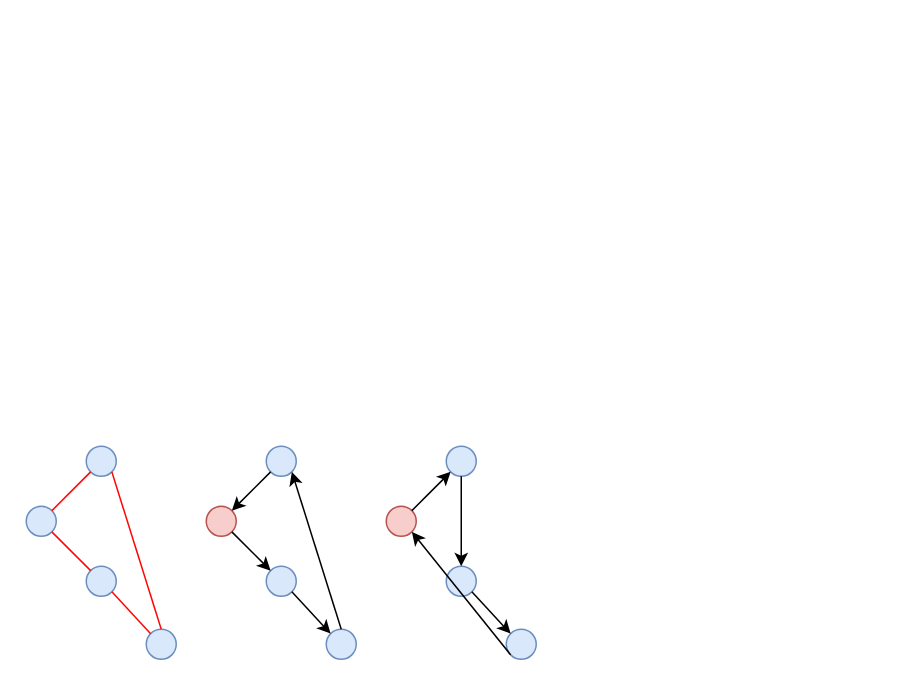
The draw.io diagram 1-4.drawio in YinhuaChen-cloud/Advanced_Algorithm_hw, before the edit. Source tidied: cells renumbered, new cells numbered last; positions are measured from the earlier drawing's top-left corner, leaving out a move shared by most shapes. Both pictures are drawn from the tidied source at 150%, with x=0, y=0 at pixel (26, 446).
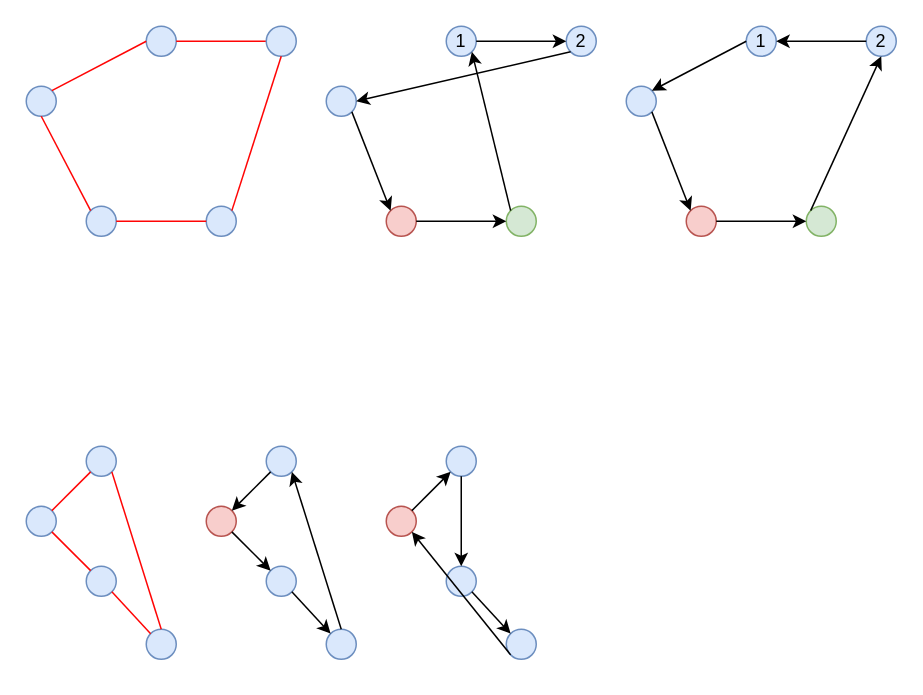
After the change.

Diff of the diagram source:
```diff
@@
+    <mxCell id="26" style="ellipse;whiteSpace=wrap;html=1;fillColor=#dae8fc;strokeColor=#6c8ebf;" parent="1" vertex="1">
+      <mxGeometry x="120" y="-160" width="20" height="20" as="geometry" />
+    </mxCell>
+    <mxCell id="27" style="ellipse;whiteSpace=wrap;html=1;fillColor=#dae8fc;strokeColor=#6c8ebf;" parent="1" vertex="1">
+      <mxGeometry x="40" y="-160" width="20" height="20" as="geometry" />
+    </mxCell>
+    <mxCell id="28" style="ellipse;whiteSpace=wrap;html=1;fillColor=#dae8fc;strokeColor=#6c8ebf;" parent="1" vertex="1">
+      <mxGeometry x="80" y="-280" width="20" height="20" as="geometry" />
+    </mxCell>
+    <mxCell id="29" style="ellipse;whiteSpace=wrap;html=1;fillColor=#dae8fc;strokeColor=#6c8ebf;" parent="1" vertex="1">
+      <mxGeometry y="-240" width="20" height="20" as="geometry" />
+    </mxCell>
+    <mxCell id="30" style="endArrow=none;html=1;rounded=0;entryX=0;entryY=0.5;entryDx=0;entryDy=0;exitX=1;exitY=0;exitDx=0;exitDy=0;strokeColor=#FF0505;" parent="1" edge="1" source="29" target="28">
+      <mxGeometry relative="1" as="geometry" />
+    </mxCell>
+    <mxCell id="31" style="endArrow=none;html=1;rounded=0;entryX=0;entryY=0;entryDx=0;entryDy=0;exitX=0.5;exitY=1;exitDx=0;exitDy=0;strokeColor=#FF0505;" parent="1" edge="1" source="29" target="27">
+      <mxGeometry relative="1" as="geometry" />
+    </mxCell>
+    <mxCell id="32" style="endArrow=none;html=1;rounded=0;entryX=0;entryY=0.5;entryDx=0;entryDy=0;exitX=1;exitY=0.5;exitDx=0;exitDy=0;strokeColor=#FF0505;" parent="1" edge="1" source="27" target="26">
+      <mxGeometry relative="1" as="geometry" />
+    </mxCell>
+    <mxCell id="33" style="endArrow=none;html=1;rounded=0;exitX=1;exitY=0.5;exitDx=0;exitDy=0;strokeColor=#FF0505;entryX=0;entryY=0.5;entryDx=0;entryDy=0;" parent="1" edge="1" source="28" target="34">
+      <mxGeometry relative="1" as="geometry" />
+    </mxCell>
+    <mxCell id="34" style="ellipse;whiteSpace=wrap;html=1;fillColor=#dae8fc;strokeColor=#6c8ebf;" parent="1" vertex="1">
+      <mxGeometry x="160" y="-280" width="20" height="20" as="geometry" />
+    </mxCell>
+    <mxCell id="35" style="endArrow=none;html=1;rounded=0;entryX=1;entryY=0;entryDx=0;entryDy=0;exitX=0.5;exitY=1;exitDx=0;exitDy=0;strokeColor=#FF0505;" parent="1" edge="1" source="34" target="26">
+      <mxGeometry relative="1" as="geometry" />
+    </mxCell>
+    <mxCell id="36" style="ellipse;whiteSpace=wrap;html=1;fillColor=#d5e8d4;strokeColor=#82b366;" parent="1" vertex="1">
+      <mxGeometry x="320" y="-160" width="20" height="20" as="geometry" />
+    </mxCell>
+    <mxCell id="37" style="ellipse;whiteSpace=wrap;html=1;fillColor=#f8cecc;strokeColor=#b85450;" parent="1" vertex="1">
+      <mxGeometry x="240" y="-160" width="20" height="20" as="geometry" />
+    </mxCell>
+    <mxCell id="38" value="1" style="ellipse;whiteSpace=wrap;html=1;fillColor=#dae8fc;strokeColor=#6c8ebf;" parent="1" vertex="1">
+      <mxGeometry x="280" y="-280" width="20" height="20" as="geometry" />
+    </mxCell>
+    <mxCell id="39" style="ellipse;whiteSpace=wrap;html=1;fillColor=#dae8fc;strokeColor=#6c8ebf;" parent="1" vertex="1">
+      <mxGeometry x="200" y="-240" width="20" height="20" as="geometry" />
+    </mxCell>
+    <mxCell id="40" value="2" style="ellipse;whiteSpace=wrap;html=1;fillColor=#dae8fc;strokeColor=#6c8ebf;" parent="1" vertex="1">
+      <mxGeometry x="360" y="-280" width="20" height="20" as="geometry" />
+    </mxCell>
+    <mxCell id="41" style="endArrow=classic;html=1;rounded=0;entryX=0;entryY=0.5;entryDx=0;entryDy=0;exitX=1;exitY=0.5;exitDx=0;exitDy=0;" parent="1" edge="1" source="37" target="36">
+      <mxGeometry relative="1" as="geometry" />
+    </mxCell>
+    <mxCell id="42" style="endArrow=classic;html=1;rounded=0;entryX=1;entryY=1;entryDx=0;entryDy=0;exitX=0;exitY=0;exitDx=0;exitDy=0;" parent="1" edge="1" source="36" target="38">
+      <mxGeometry relative="1" as="geometry" />
+    </mxCell>
+    <mxCell id="43" style="endArrow=classic;html=1;rounded=0;entryX=0;entryY=0.5;entryDx=0;entryDy=0;exitX=1;exitY=0.5;exitDx=0;exitDy=0;" parent="1" edge="1" source="38" target="40">
+      <mxGeometry relative="1" as="geometry" />
+    </mxCell>
+    <mxCell id="44" style="endArrow=classic;html=1;rounded=0;entryX=1;entryY=0.5;entryDx=0;entryDy=0;exitX=0;exitY=1;exitDx=0;exitDy=0;" parent="1" edge="1" source="40" target="39">
+      <mxGeometry relative="1" as="geometry" />
+    </mxCell>
+    <mxCell id="45" style="endArrow=classic;html=1;rounded=0;entryX=0;entryY=0;entryDx=0;entryDy=0;exitX=1;exitY=1;exitDx=0;exitDy=0;" parent="1" edge="1" source="39" target="37">
+      <mxGeometry relative="1" as="geometry" />
+    </mxCell>
+    <mxCell id="46" style="ellipse;whiteSpace=wrap;html=1;fillColor=#d5e8d4;strokeColor=#82b366;" parent="1" vertex="1">
+      <mxGeometry x="520" y="-160" width="20" height="20" as="geometry" />
+    </mxCell>
+    <mxCell id="47" style="ellipse;whiteSpace=wrap;html=1;fillColor=#f8cecc;strokeColor=#b85450;" parent="1" vertex="1">
+      <mxGeometry x="440" y="-160" width="20" height="20" as="geometry" />
+    </mxCell>
+    <mxCell id="48" value="1" style="ellipse;whiteSpace=wrap;html=1;fillColor=#dae8fc;strokeColor=#6c8ebf;" parent="1" vertex="1">
+      <mxGeometry x="480" y="-280" width="20" height="20" as="geometry" />
+    </mxCell>
+    <mxCell id="49" style="ellipse;whiteSpace=wrap;html=1;fillColor=#dae8fc;strokeColor=#6c8ebf;" parent="1" vertex="1">
+      <mxGeometry x="400" y="-240" width="20" height="20" as="geometry" />
+    </mxCell>
+    <mxCell id="50" value="2" style="ellipse;whiteSpace=wrap;html=1;fillColor=#dae8fc;strokeColor=#6c8ebf;" parent="1" vertex="1">
+      <mxGeometry x="560" y="-280" width="20" height="20" as="geometry" />
+    </mxCell>
+    <mxCell id="51" style="endArrow=classic;html=1;rounded=0;entryX=0;entryY=0.5;entryDx=0;entryDy=0;exitX=1;exitY=0.5;exitDx=0;exitDy=0;" parent="1" edge="1" source="47" target="46">
+      <mxGeometry relative="1" as="geometry" />
+    </mxCell>
+    <mxCell id="52" style="endArrow=classic;html=1;rounded=0;entryX=0.5;entryY=1;entryDx=0;entryDy=0;exitX=0;exitY=0;exitDx=0;exitDy=0;" parent="1" edge="1" source="46" target="50">
+      <mxGeometry relative="1" as="geometry" />
+    </mxCell>
+    <mxCell id="53" style="endArrow=classic;html=1;rounded=0;exitX=0;exitY=0.5;exitDx=0;exitDy=0;entryX=1;entryY=0;entryDx=0;entryDy=0;" parent="1" edge="1" source="48" target="49">
+      <mxGeometry relative="1" as="geometry" />
+    </mxCell>
+    <mxCell id="54" style="endArrow=classic;html=1;rounded=0;entryX=1;entryY=0.5;entryDx=0;entryDy=0;exitX=0;exitY=0.5;exitDx=0;exitDy=0;" parent="1" edge="1" source="50" target="48">
+      <mxGeometry relative="1" as="geometry" />
+    </mxCell>
+    <mxCell id="55" style="endArrow=classic;html=1;rounded=0;entryX=0;entryY=0;entryDx=0;entryDy=0;exitX=1;exitY=1;exitDx=0;exitDy=0;" parent="1" edge="1" source="49" target="47">
+      <mxGeometry relative="1" as="geometry" />
+    </mxCell>
```
